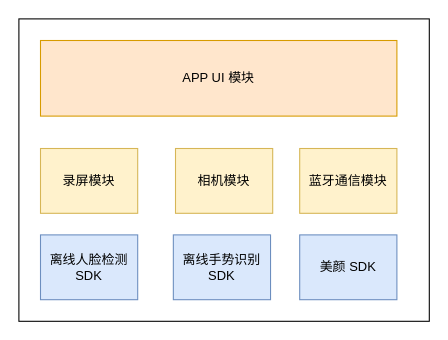
This is page "第 1 页" (1 of 2) of T2093.drawio from liuao2010/drawio, a draw.io file, before an edit. Source tidied: cells renumbered, new cells numbered last; positions are measured from the earlier drawing's top-left corner, leaving out a move shared by most shapes. Both pictures are drawn from the tidied source at 108%, with x=0, y=0 at pixel (18, 18).
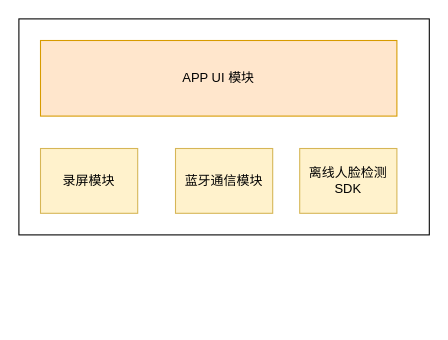
The same page after the edit.

The edit, as a diff of the source:
```diff
@@
 <mxGraphModel>
   <root>
     <mxCell id="0" />
     <mxCell id="1" parent="0" />
     <mxCell id="2" style="rounded=0;whiteSpace=wrap;html=1;" parent="1" vertex="1">
-      <mxGeometry width="380" height="280" as="geometry" />
+      <mxGeometry width="380" height="200" as="geometry" />
     </mxCell>
     <mxCell id="3" value="录屏模块" style="rounded=0;whiteSpace=wrap;html=1;fillColor=#fff2cc;strokeColor=#d6b656;" parent="1" vertex="1">
       <mxGeometry x="20" y="120" width="90" height="60" as="geometry" />
     </mxCell>
-    <mxCell id="4" value="相机模块" style="rounded=0;whiteSpace=wrap;html=1;fillColor=#fff2cc;strokeColor=#d6b656;" parent="1" vertex="1">
-      <mxGeometry x="145" y="120" width="90" height="60" as="geometry" />
-    </mxCell>
     <mxCell id="5" value="蓝牙通信模块" style="rounded=0;whiteSpace=wrap;html=1;fillColor=#fff2cc;strokeColor=#d6b656;" parent="1" vertex="1">
-      <mxGeometry x="260" y="120" width="90" height="60" as="geometry" />
+      <mxGeometry x="145" y="120" width="90" height="60" as="geometry" />
     </mxCell>
-    <mxCell id="6" value="离线人脸检测 SDK" style="rounded=0;whiteSpace=wrap;html=1;fillColor=#dae8fc;strokeColor=#6c8ebf;" parent="1" vertex="1">
-      <mxGeometry x="20" y="200" width="90" height="60" as="geometry" />
+    <mxCell id="6" value="离线人脸检测 SDK" style="rounded=0;whiteSpace=wrap;html=1;fillColor=#fff2cc;strokeColor=#d6b656;" parent="1" vertex="1">
+      <mxGeometry x="260" y="120" width="90" height="60" as="geometry" />
     </mxCell>
-    <mxCell id="7" value="离线手势识别 SDK" style="rounded=0;whiteSpace=wrap;html=1;fillColor=#dae8fc;strokeColor=#6c8ebf;" parent="1" vertex="1">
-      <mxGeometry x="143" y="200" width="90" height="60" as="geometry" />
-    </mxCell>
     <mxCell id="8" value="APP UI 模块" style="rounded=0;whiteSpace=wrap;html=1;fillColor=#ffe6cc;strokeColor=#d79b00;" parent="1" vertex="1">
       <mxGeometry x="20" y="20" width="330" height="70" as="geometry" />
     </mxCell>
-    <mxCell id="9" value="美颜 SDK" style="rounded=0;whiteSpace=wrap;html=1;fillColor=#dae8fc;strokeColor=#6c8ebf;" parent="1" vertex="1">
-      <mxGeometry x="260" y="200" width="90" height="60" as="geometry" />
-    </mxCell>
+    <mxCell id="10" style="edgeStyle=orthogonalEdgeStyle;rounded=0;orthogonalLoop=1;jettySize=auto;html=1;exitX=0.5;exitY=1;exitDx=0;exitDy=0;" parent="1" edge="1" source="2" target="2">
+      <mxGeometry relative="1" as="geometry" />
+    </mxCell>
   </root>
 </mxGraphModel>
```
